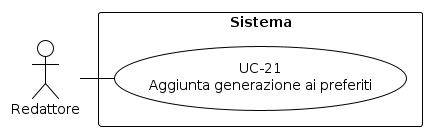
The PlantUML diagram RTB/Analisi dei Requisiti/diagrammi_use_case/UC-21.png in aLittleByte-19/Documentazione, before a commit. Source of this version:
```plantuml
@startuml
!theme plain
skinparam usecase {
  BackgroundColor white
  BorderColor black
}
skinparam actor {
  BackgroundColor white
  BorderColor black
}
skinparam rectangle {
  BackgroundColor white
  BorderColor black
}
top to bottom direction
actor "Redattore" as R
rectangle "Sistema" {
  usecase "UC-21\nAggiunta generazione ai preferiti" as UC21
  R - UC21
}
@enduml
```
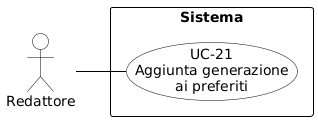
Later version of the same file.

What changed in the source:
```diff
@@ -1,21 +1,29 @@
 @startuml
-!theme plain
+skinparam shadowing false
+skinparam defaultFontName Arial
+left to right direction
+skinparam nodesep 15
+skinparam ranksep 50
+
 skinparam usecase {
-  BackgroundColor white
-  BorderColor black
+    BackgroundColor white
+    BorderColor black
+    ArrowColor black
 }
 skinparam actor {
-  BackgroundColor white
-  BorderColor black
+    BackgroundColor white
+    BorderColor black
 }
 skinparam rectangle {
-  BackgroundColor white
-  BorderColor black
+    BorderColor black
+    FontStyle bold
 }
-top to bottom direction
+
 actor "Redattore" as R
+
 rectangle "Sistema" {
-  usecase "UC-21\nAggiunta generazione ai preferiti" as UC21
-  R - UC21
+    usecase "UC-21\nAggiunta generazione\nai preferiti" as UC21
 }
+
+R -- UC21
 @enduml
```
